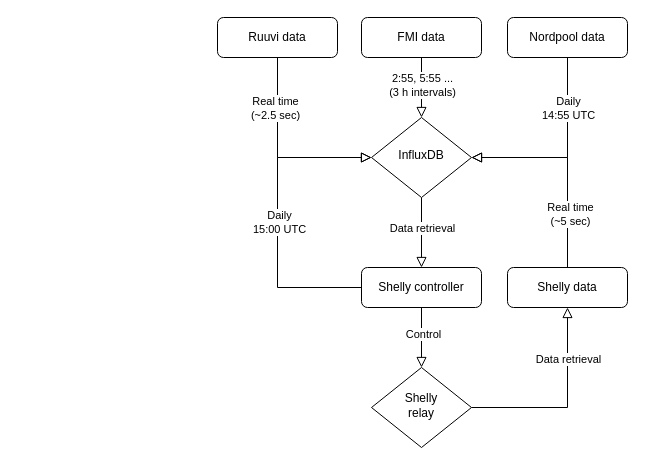
Above: docs/data_flow_chart.drawio in mrMikoma/SmartRelay (draw.io), before the change. Source tidied: cells renumbered, new cells numbered last; positions are measured from the earlier drawing's top-left corner, leaving out a move shared by most shapes. Both pictures are drawn from the tidied source at 100%, with x=0, y=0 at pixel (217, 17).
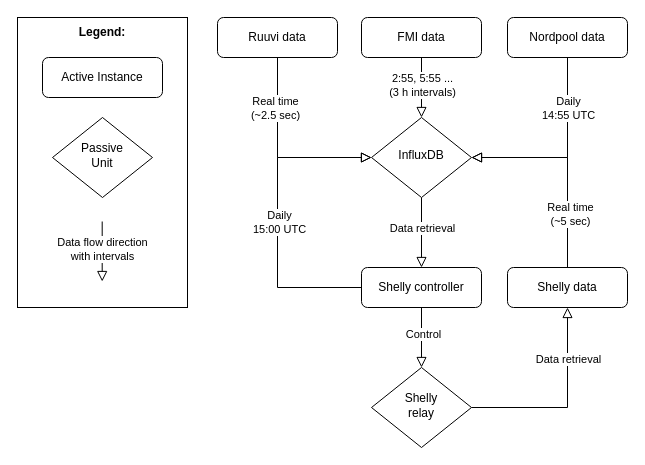
The same page after the edit.

Change to the diagram source:
```diff
@@
+    <mxCell id="25" style="rounded=0;whiteSpace=wrap;html=1;" parent="1" vertex="1">
+      <mxGeometry x="-200" width="170" height="290" as="geometry" />
+    </mxCell>
+    <mxCell id="26" value="Passive&lt;br&gt;Unit" style="rhombus;whiteSpace=wrap;html=1;shadow=0;fontFamily=Helvetica;fontSize=12;align=center;strokeWidth=1;spacing=6;spacingTop=-4;" parent="1" vertex="1">
+      <mxGeometry x="-165" y="100" width="100" height="80" as="geometry" />
+    </mxCell>
+    <mxCell id="27" value="Active Instance" style="rounded=1;whiteSpace=wrap;html=1;fontSize=12;glass=0;strokeWidth=1;shadow=0;" parent="1" vertex="1">
+      <mxGeometry x="-175" y="40" width="120" height="40" as="geometry" />
+    </mxCell>
+    <mxCell id="28" value="&lt;b&gt;Legend:&lt;/b&gt;" style="text;html=1;align=center;verticalAlign=middle;whiteSpace=wrap;rounded=0;" parent="1" vertex="1">
+      <mxGeometry x="-145" width="60" height="30" as="geometry" />
+    </mxCell>
+    <mxCell id="29" style="rounded=0;html=1;jettySize=auto;orthogonalLoop=1;fontSize=11;endArrow=block;endFill=0;endSize=8;strokeWidth=1;shadow=0;labelBackgroundColor=none;edgeStyle=orthogonalEdgeStyle;" parent="1" edge="1">
+      <mxGeometry relative="1" as="geometry">
+        <mxPoint x="-115.3" y="204" as="sourcePoint" />
+        <mxPoint x="-115.3" y="264" as="targetPoint" />
+      </mxGeometry>
+    </mxCell>
+    <mxCell id="30" value="Data flow direction&lt;br&gt;with intervals" style="edgeLabel;html=1;align=center;verticalAlign=middle;" parent="29" vertex="1">
+      <mxGeometry x="-0.09" relative="1" as="geometry" />
+    </mxCell>
```
